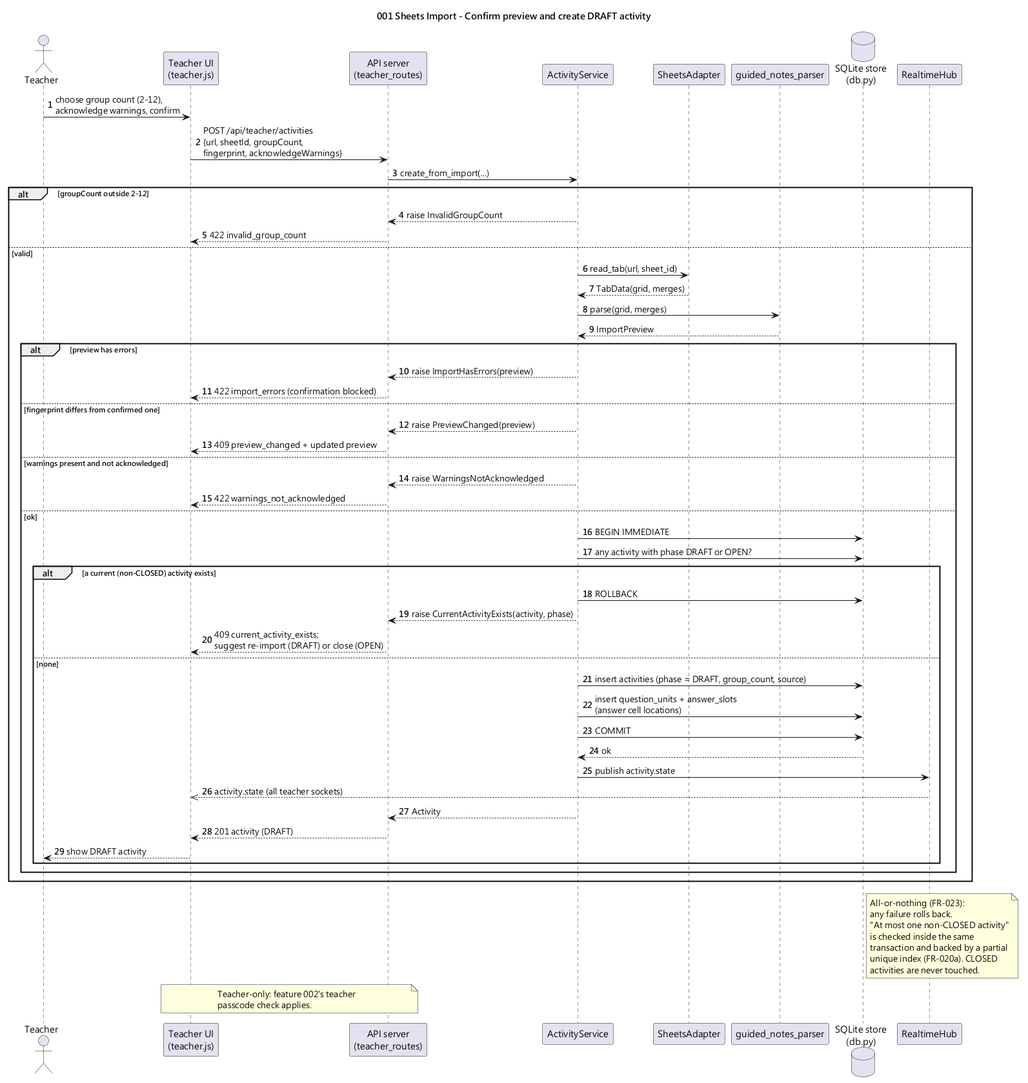
Above: diagrams/001-seq-confirm-create.png in WasabiSaikou/quiz-buzzer (PlantUML), before the change.
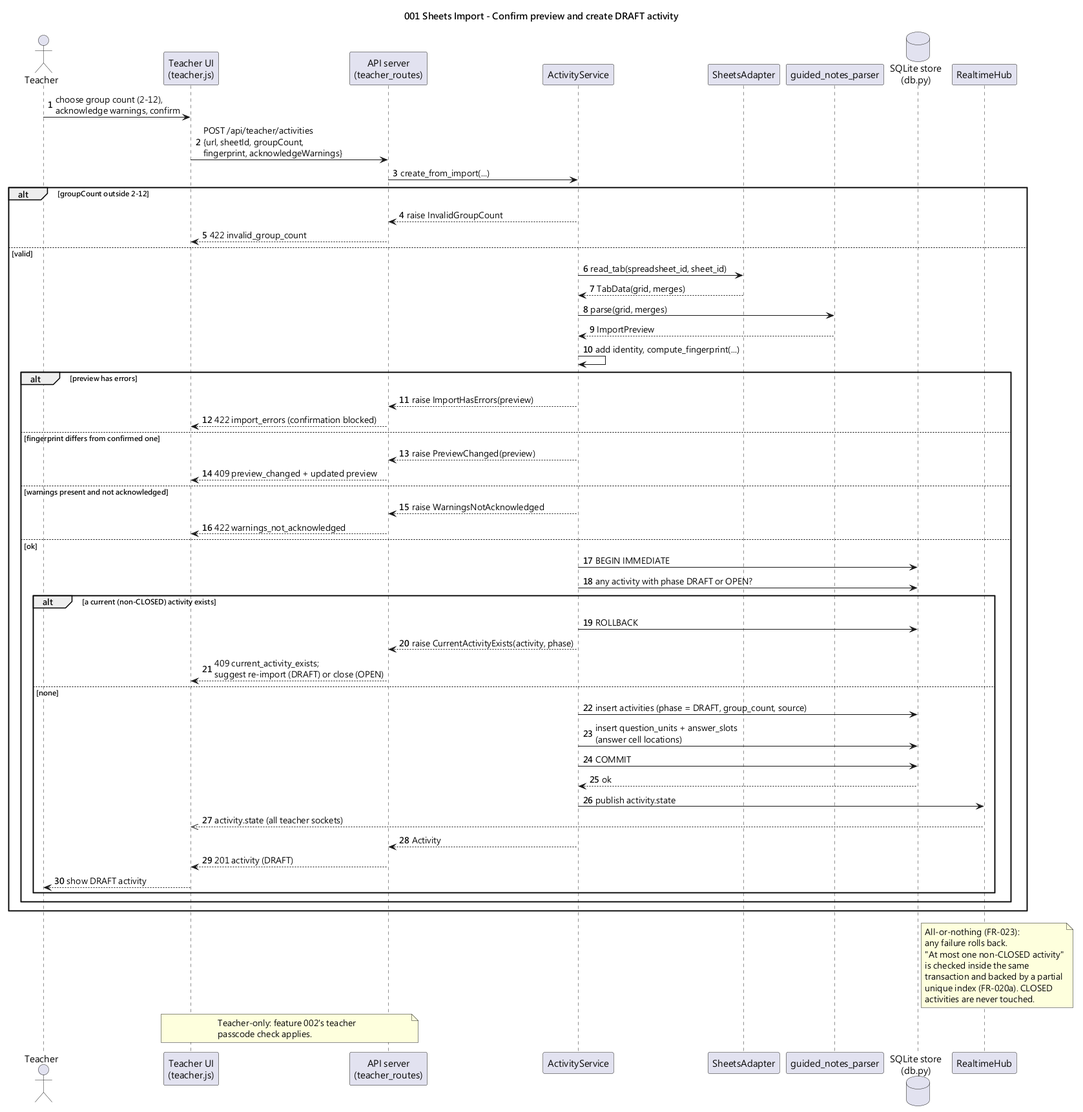
After the change.

Diff of the diagram source:
```diff
@@ -21,10 +21,11 @@
   ACT --> API : raise InvalidGroupCount
   API --> TUI : 422 invalid_group_count
 else valid
-  ACT -> SA : read_tab(url, sheet_id)
+  ACT -> SA : read_tab(spreadsheet_id, sheet_id)
   SA --> ACT : TabData(grid, merges)
   ACT -> PARSER : parse(grid, merges)
   PARSER --> ACT : ImportPreview
+  ACT -> ACT : add identity, compute_fingerprint(...)
   alt preview has errors
     ACT --> API : raise ImportHasErrors(preview)
     API --> TUI : 422 import_errors (confirmation blocked)
```
